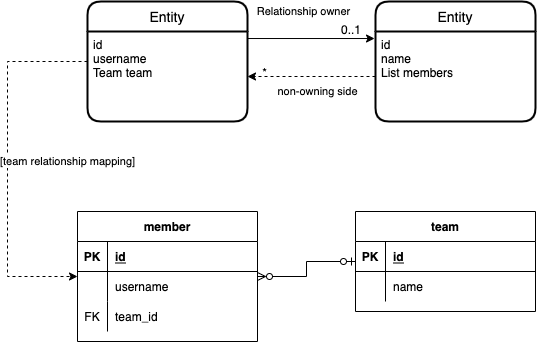
Earlier version of the draw.io export assets/img/jpa_study/ch.5/pic-5-5.png (Rama033/Rama033.github.io). Source tidied: cells renumbered, new cells last; positions are measured from the earlier drawing's top-left corner, leaving out a move shared by most shapes. Source of this version:
```xml
<mxGraphModel>
  <root>
    <mxCell id="0" />
    <mxCell id="1" parent="0" />
    <mxCell id="2" value="[team relationship mapping]" style="edgeStyle=orthogonalEdgeStyle;rounded=0;jettySize=auto;html=1;endArrow=classic;endFill=1;dashed=1;" parent="1" edge="1" source="3" target="8">
      <mxGeometry x="-0.01" y="60" relative="1" as="geometry">
        <Array as="points">
          <mxPoint y="60" />
          <mxPoint y="275" />
        </Array>
      </mxGeometry>
    </mxCell>
    <mxCell id="3" value="Entity" style="swimlane;horizontal=1;startSize=30;rounded=1;fontSize=14;fontStyle=0;strokeWidth=2;shadow=0;dashed=0;align=center;" parent="1" vertex="1">
      <mxGeometry x="80" width="160" height="120" as="geometry" />
    </mxCell>
    <mxCell id="4" value="id&#10;username&#10;Team team" style="align=left;strokeColor=none;fillColor=none;spacingLeft=4;fontSize=12;verticalAlign=top;" parent="3" vertex="1">
      <mxGeometry y="30" width="160" height="90" as="geometry" />
    </mxCell>
    <mxCell id="5" value="Entity" style="swimlane;horizontal=1;startSize=30;rounded=1;fontSize=14;fontStyle=0;strokeWidth=2;shadow=0;dashed=0;align=center;" parent="1" vertex="1">
      <mxGeometry x="368" width="160" height="120" as="geometry" />
    </mxCell>
    <mxCell id="6" value="id&#10;name&#10;List members" style="align=left;strokeColor=none;fillColor=none;spacingLeft=4;fontSize=12;verticalAlign=top;" parent="5" vertex="1">
      <mxGeometry y="30" width="160" height="90" as="geometry" />
    </mxCell>
    <mxCell id="7" style="edgeStyle=orthogonalEdgeStyle;rounded=0;jettySize=auto;html=1;endArrow=ERzeroToOne;endFill=0;startArrow=ERzeroToMany;startFill=0;" parent="1" edge="1" source="8" target="22">
      <mxGeometry relative="1" as="geometry" />
    </mxCell>
    <mxCell id="8" value="member" style="shape=table;startSize=30;rowLines=0;fontStyle=1;align=center;" parent="1" vertex="1">
      <mxGeometry x="70" y="210" width="180" height="130" as="geometry" />
    </mxCell>
    <mxCell id="9" style="shape=tableRow;horizontal=0;startSize=0;swimlaneHead=0;swimlaneBody=0;fillColor=none;top=0;left=0;right=0;bottom=1;" parent="8" vertex="1">
      <mxGeometry y="30" width="180" height="30" as="geometry" />
    </mxCell>
    <mxCell id="10" value="PK" style="shape=partialRectangle;fillColor=none;top=0;left=0;bottom=0;right=0;fontStyle=1;overflow=hidden;" parent="9" vertex="1">
      <mxGeometry width="30" height="30" as="geometry" />
    </mxCell>
    <mxCell id="11" value="id" style="shape=partialRectangle;fillColor=none;top=0;left=0;bottom=0;right=0;align=left;spacingLeft=6;fontStyle=5;overflow=hidden;" parent="9" vertex="1">
      <mxGeometry x="30" width="150" height="30" as="geometry" />
    </mxCell>
    <mxCell id="12" style="shape=tableRow;horizontal=0;startSize=0;swimlaneHead=0;swimlaneBody=0;fillColor=none;top=0;left=0;right=0;bottom=0;" parent="8" vertex="1">
      <mxGeometry y="60" width="180" height="30" as="geometry" />
    </mxCell>
    <mxCell id="13" style="shape=partialRectangle;fillColor=none;top=0;left=0;bottom=0;right=0;overflow=hidden;" parent="12" vertex="1">
      <mxGeometry width="30" height="30" as="geometry" />
    </mxCell>
    <mxCell id="14" value="username" style="shape=partialRectangle;fillColor=none;top=0;left=0;bottom=0;right=0;align=left;spacingLeft=6;overflow=hidden;" parent="12" vertex="1">
      <mxGeometry x="30" width="150" height="30" as="geometry" />
    </mxCell>
    <mxCell id="15" style="shape=tableRow;horizontal=0;startSize=0;swimlaneHead=0;swimlaneBody=0;fillColor=none;top=0;left=0;right=0;bottom=0;" parent="8" vertex="1">
      <mxGeometry y="90" width="180" height="30" as="geometry" />
    </mxCell>
    <mxCell id="16" value="FK" style="shape=partialRectangle;fillColor=none;top=0;left=0;bottom=0;right=0;overflow=hidden;" parent="15" vertex="1">
      <mxGeometry width="30" height="30" as="geometry" />
    </mxCell>
    <mxCell id="17" value="team_id" style="shape=partialRectangle;fillColor=none;top=0;left=0;bottom=0;right=0;align=left;spacingLeft=6;overflow=hidden;" parent="15" vertex="1">
      <mxGeometry x="30" width="150" height="30" as="geometry" />
    </mxCell>
    <mxCell id="18" value="non-owning side" style="endArrow=classic;html=1;rounded=0;endFill=1;dashed=1;" parent="1" edge="1" source="6" target="4">
      <mxGeometry x="-0.09" y="15" relative="1" as="geometry" />
    </mxCell>
    <mxCell id="19" value="*" style="html=1;align=right;verticalAlign=bottom;" parent="18" vertex="1">
      <mxGeometry x="1" relative="1" as="geometry">
        <mxPoint x="20" y="5" as="offset" />
      </mxGeometry>
    </mxCell>
    <mxCell id="20" value="Relationship owner" style="endArrow=classic;html=1;rounded=0;entryX=-0.006;entryY=0.078;entryDx=0;entryDy=0;entryPerimeter=0;endFill=1;exitX=1;exitY=0.078;exitDx=0;exitDy=0;exitPerimeter=0;" parent="1" edge="1" source="4" target="6">
      <mxGeometry x="-0.12" y="27" relative="1" as="geometry" />
    </mxCell>
    <mxCell id="21" value="0..1" style="html=1;align=right;verticalAlign=bottom;" parent="20" vertex="1">
      <mxGeometry x="1" relative="1" as="geometry">
        <mxPoint x="-13" as="offset" />
      </mxGeometry>
    </mxCell>
    <mxCell id="22" value="team" style="shape=table;startSize=30;rowLines=0;fontStyle=1;align=center;" parent="1" vertex="1">
      <mxGeometry x="348" y="210" width="180" height="100" as="geometry" />
    </mxCell>
    <mxCell id="23" style="shape=tableRow;horizontal=0;startSize=0;swimlaneHead=0;swimlaneBody=0;fillColor=none;top=0;left=0;right=0;bottom=1;" parent="22" vertex="1">
      <mxGeometry y="30" width="180" height="30" as="geometry" />
    </mxCell>
    <mxCell id="24" value="PK" style="shape=partialRectangle;fillColor=none;top=0;left=0;bottom=0;right=0;fontStyle=1;overflow=hidden;" parent="23" vertex="1">
      <mxGeometry width="30" height="30" as="geometry" />
    </mxCell>
    <mxCell id="25" value="id" style="shape=partialRectangle;fillColor=none;top=0;left=0;bottom=0;right=0;align=left;spacingLeft=6;fontStyle=5;overflow=hidden;" parent="23" vertex="1">
      <mxGeometry x="30" width="150" height="30" as="geometry" />
    </mxCell>
    <mxCell id="26" style="shape=tableRow;horizontal=0;startSize=0;swimlaneHead=0;swimlaneBody=0;fillColor=none;top=0;left=0;right=0;bottom=0;" parent="22" vertex="1">
      <mxGeometry y="60" width="180" height="30" as="geometry" />
    </mxCell>
    <mxCell id="27" style="shape=partialRectangle;fillColor=none;top=0;left=0;bottom=0;right=0;overflow=hidden;" parent="26" vertex="1">
      <mxGeometry width="30" height="30" as="geometry" />
    </mxCell>
    <mxCell id="28" value="name" style="shape=partialRectangle;fillColor=none;top=0;left=0;bottom=0;right=0;align=left;spacingLeft=6;overflow=hidden;" parent="26" vertex="1">
      <mxGeometry x="30" width="150" height="30" as="geometry" />
    </mxCell>
  </root>
</mxGraphModel>
```
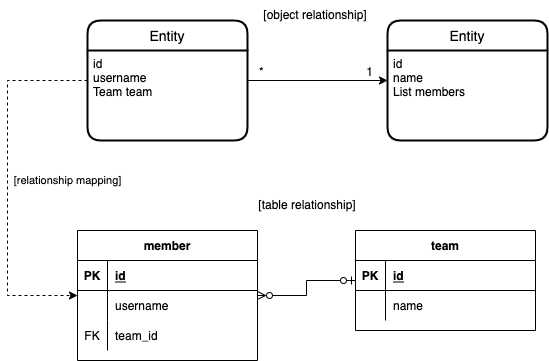
The same diagram one commit later.

What changed in the source:
```diff
@@ -2,7 +2,7 @@
   <root>
     <mxCell id="0" />
     <mxCell id="1" parent="0" />
-    <mxCell id="2" value="[team relationship mapping]" style="edgeStyle=orthogonalEdgeStyle;rounded=0;jettySize=auto;html=1;endArrow=classic;endFill=1;dashed=1;" parent="1" edge="1" source="3" target="8">
+    <mxCell id="2" value="[relationship mapping]" style="edgeStyle=orthogonalEdgeStyle;rounded=0;jettySize=auto;html=1;endArrow=classic;endFill=1;dashed=1;" parent="1" edge="1" source="3" target="8">
       <mxGeometry x="-0.01" y="60" relative="1" as="geometry">
         <Array as="points">
           <mxPoint y="60" />
@@ -17,7 +17,7 @@
       <mxGeometry y="30" width="160" height="90" as="geometry" />
     </mxCell>
     <mxCell id="5" value="Entity" style="swimlane;horizontal=1;startSize=30;rounded=1;fontSize=14;fontStyle=0;strokeWidth=2;shadow=0;dashed=0;align=center;" parent="1" vertex="1">
-      <mxGeometry x="368" width="160" height="120" as="geometry" />
+      <mxGeometry x="380" width="160" height="120" as="geometry" />
     </mxCell>
     <mxCell id="6" value="id&#10;name&#10;List members" style="align=left;strokeColor=none;fillColor=none;spacingLeft=4;fontSize=12;verticalAlign=top;" parent="5" vertex="1">
       <mxGeometry y="30" width="160" height="90" as="geometry" />
@@ -55,22 +55,6 @@
     <mxCell id="17" value="team_id" style="shape=partialRectangle;fillColor=none;top=0;left=0;bottom=0;right=0;align=left;spacingLeft=6;overflow=hidden;" parent="15" vertex="1">
       <mxGeometry x="30" width="150" height="30" as="geometry" />
     </mxCell>
-    <mxCell id="18" value="non-owning side" style="endArrow=classic;html=1;rounded=0;endFill=1;dashed=1;" parent="1" edge="1" source="6" target="4">
-      <mxGeometry x="-0.09" y="15" relative="1" as="geometry" />
-    </mxCell>
-    <mxCell id="19" value="*" style="html=1;align=right;verticalAlign=bottom;" parent="18" vertex="1">
-      <mxGeometry x="1" relative="1" as="geometry">
-        <mxPoint x="20" y="5" as="offset" />
-      </mxGeometry>
-    </mxCell>
-    <mxCell id="20" value="Relationship owner" style="endArrow=classic;html=1;rounded=0;entryX=-0.006;entryY=0.078;entryDx=0;entryDy=0;entryPerimeter=0;endFill=1;exitX=1;exitY=0.078;exitDx=0;exitDy=0;exitPerimeter=0;" parent="1" edge="1" source="4" target="6">
-      <mxGeometry x="-0.12" y="27" relative="1" as="geometry" />
-    </mxCell>
-    <mxCell id="21" value="0..1" style="html=1;align=right;verticalAlign=bottom;" parent="20" vertex="1">
-      <mxGeometry x="1" relative="1" as="geometry">
-        <mxPoint x="-13" as="offset" />
-      </mxGeometry>
-    </mxCell>
     <mxCell id="22" value="team" style="shape=table;startSize=30;rowLines=0;fontStyle=1;align=center;" parent="1" vertex="1">
       <mxGeometry x="348" y="210" width="180" height="100" as="geometry" />
     </mxCell>
@@ -92,5 +76,24 @@
     <mxCell id="28" value="name" style="shape=partialRectangle;fillColor=none;top=0;left=0;bottom=0;right=0;align=left;spacingLeft=6;overflow=hidden;" parent="26" vertex="1">
       <mxGeometry x="30" width="150" height="30" as="geometry" />
     </mxCell>
+    <mxCell id="29" style="endArrow=classic;html=1;rounded=0;endFill=1;" parent="1" edge="1" source="3" target="5">
+      <mxGeometry relative="1" as="geometry" />
+    </mxCell>
+    <mxCell id="19" value="*" style="html=1;align=left;verticalAlign=bottom;" parent="29" vertex="1">
+      <mxGeometry x="-1" relative="1" as="geometry">
+        <mxPoint x="10" as="offset" />
+      </mxGeometry>
+    </mxCell>
+    <mxCell id="30" value="1" style="html=1;align=right;verticalAlign=bottom;" parent="29" vertex="1">
+      <mxGeometry x="1" relative="1" as="geometry">
+        <mxPoint x="-14" as="offset" />
+      </mxGeometry>
+    </mxCell>
+    <mxCell id="31" value="[object relationship]" style="text;html=1;strokeColor=none;fillColor=none;align=center;verticalAlign=middle;whiteSpace=wrap;rounded=0;" parent="1" vertex="1">
+      <mxGeometry x="248" y="-20" width="120" height="30" as="geometry" />
+    </mxCell>
+    <mxCell id="32" value="[table relationship]" style="text;html=1;strokeColor=none;fillColor=none;align=center;verticalAlign=middle;whiteSpace=wrap;rounded=0;" parent="1" vertex="1">
+      <mxGeometry x="240" y="170" width="120" height="30" as="geometry" />
+    </mxCell>
   </root>
 </mxGraphModel>
```
